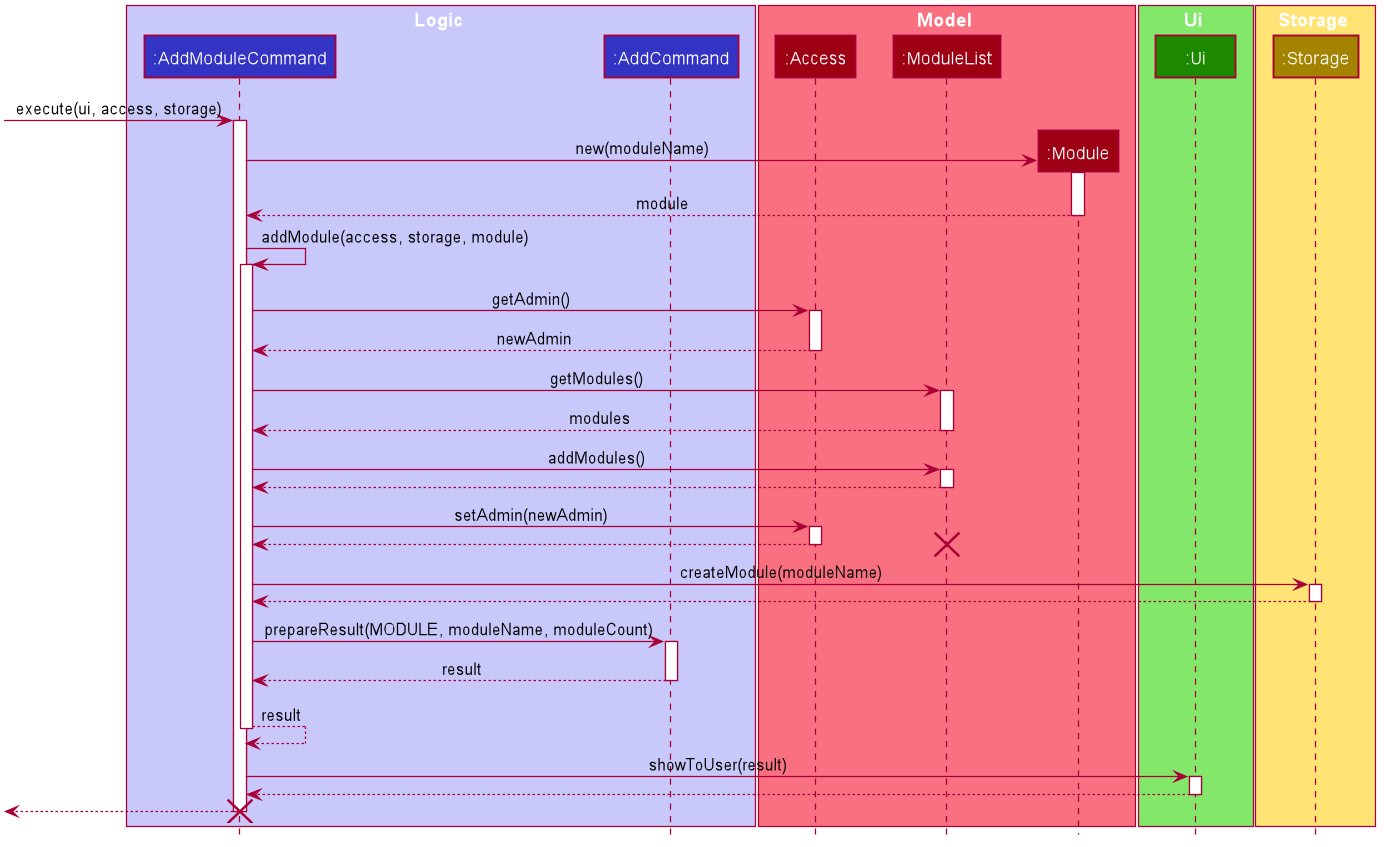
The PlantUML diagram docs/UML/AddModuleCommand.png in nus-cs2113-AY2021S1/tp, before a commit.
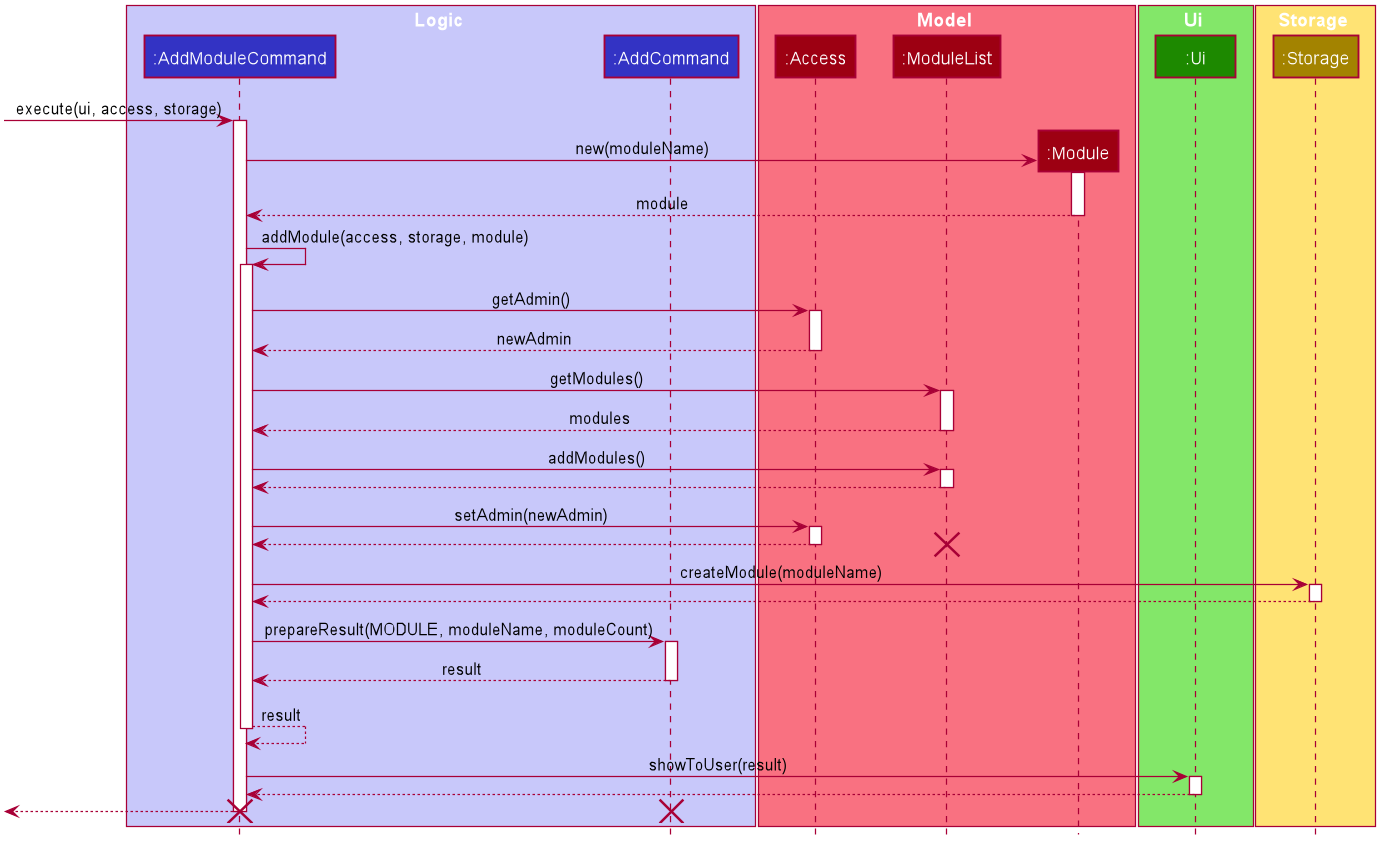
The same diagram one commit later.

Diff of the diagram source:
```diff
@@ -1,4 +1,5 @@
 @startuml
+
 
 
 
@@ -93,4 +94,5 @@
 return
 return
 destroy AddModuleCommand
+destroy AddCommand
 @enduml
```
